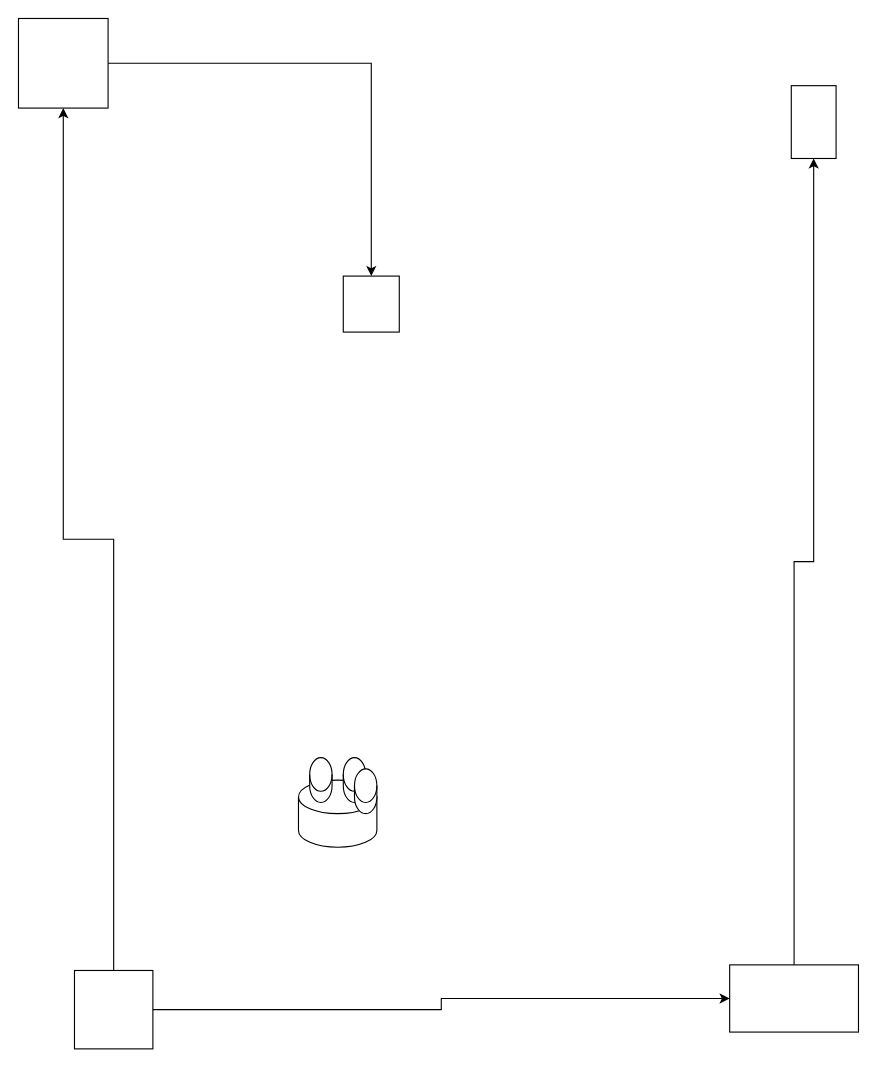
Before: Diagrama sin título.drawio in Naranraf/cybersecurity-portfolio, a draw.io diagram. Source tidied: cells renumbered, new cells numbered last; positions are measured from the earlier drawing's top-left corner, leaving out a move shared by most shapes. Both pictures are drawn from the tidied source at 112%, with x=0, y=0 at pixel (18, 18).
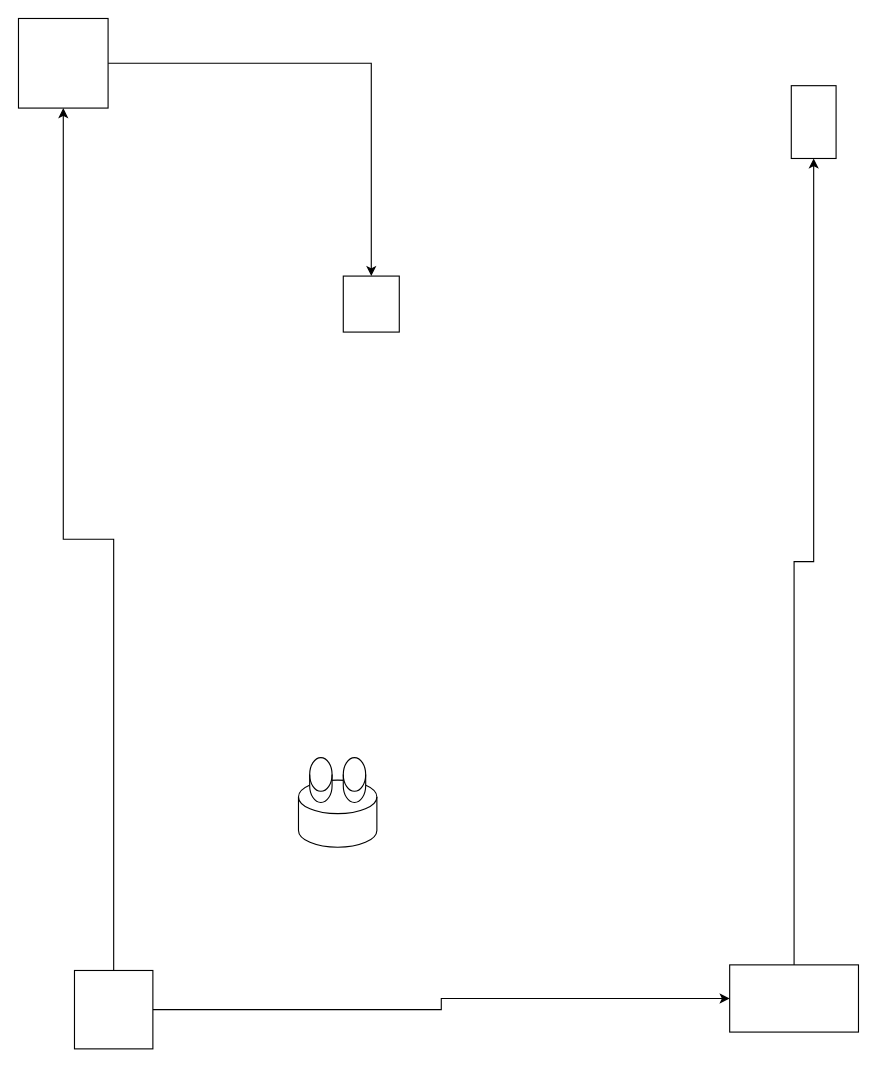
After the change.

Diff of the diagram source:
```diff
@@
 <mxGraphModel>
   <root>
     <mxCell id="0" />
     <mxCell id="1" parent="0" />
     <mxCell id="2" style="shape=cylinder3;whiteSpace=wrap;html=1;boundedLbl=1;backgroundOutline=1;size=15;" parent="1" vertex="1">
       <mxGeometry x="250" y="680" width="70" height="60" as="geometry" />
     </mxCell>
     <mxCell id="3" style="edgeStyle=orthogonalEdgeStyle;rounded=0;jettySize=auto;html=1;" parent="1" edge="1" source="5" target="7">
       <mxGeometry relative="1" as="geometry" />
     </mxCell>
     <mxCell id="4" style="edgeStyle=orthogonalEdgeStyle;rounded=0;jettySize=auto;html=1;" parent="1" edge="1" source="5" target="9">
       <mxGeometry relative="1" as="geometry" />
     </mxCell>
     <mxCell id="5" style="whiteSpace=wrap;html=1;" parent="1" vertex="1">
       <mxGeometry x="50" y="850" width="70" height="70" as="geometry" />
     </mxCell>
     <mxCell id="6" style="edgeStyle=orthogonalEdgeStyle;rounded=0;jettySize=auto;html=1;" parent="1" edge="1" source="7" target="10">
       <mxGeometry relative="1" as="geometry" />
     </mxCell>
     <mxCell id="7" style="whiteSpace=wrap;html=1;" parent="1" vertex="1">
       <mxGeometry x="635" y="845" width="115" height="60" as="geometry" />
     </mxCell>
     <mxCell id="8" style="edgeStyle=orthogonalEdgeStyle;rounded=0;jettySize=auto;html=1;" parent="1" edge="1" source="9" target="11">
       <mxGeometry relative="1" as="geometry" />
     </mxCell>
     <mxCell id="9" style="whiteSpace=wrap;html=1;" parent="1" vertex="1">
       <mxGeometry width="80" height="80" as="geometry" />
     </mxCell>
     <mxCell id="10" style="whiteSpace=wrap;html=1;" parent="1" vertex="1">
       <mxGeometry x="690" y="60" width="40" height="65" as="geometry" />
     </mxCell>
     <mxCell id="11" style="whiteSpace=wrap;html=1;" parent="1" vertex="1">
       <mxGeometry x="290" y="230" width="50" height="50" as="geometry" />
     </mxCell>
     <mxCell id="12" style="shape=cylinder3;whiteSpace=wrap;html=1;boundedLbl=1;backgroundOutline=1;size=15;" parent="1" vertex="1">
       <mxGeometry x="260" y="660" width="20" height="40" as="geometry" />
     </mxCell>
     <mxCell id="13" style="shape=cylinder3;whiteSpace=wrap;html=1;boundedLbl=1;backgroundOutline=1;size=15;" parent="1" vertex="1">
       <mxGeometry x="290" y="660" width="20" height="40" as="geometry" />
     </mxCell>
-    <mxCell id="14" style="shape=cylinder3;whiteSpace=wrap;html=1;boundedLbl=1;backgroundOutline=1;size=15;" parent="1" vertex="1">
-      <mxGeometry x="300" y="670" width="20" height="40" as="geometry" />
-    </mxCell>
   </root>
 </mxGraphModel>
```
